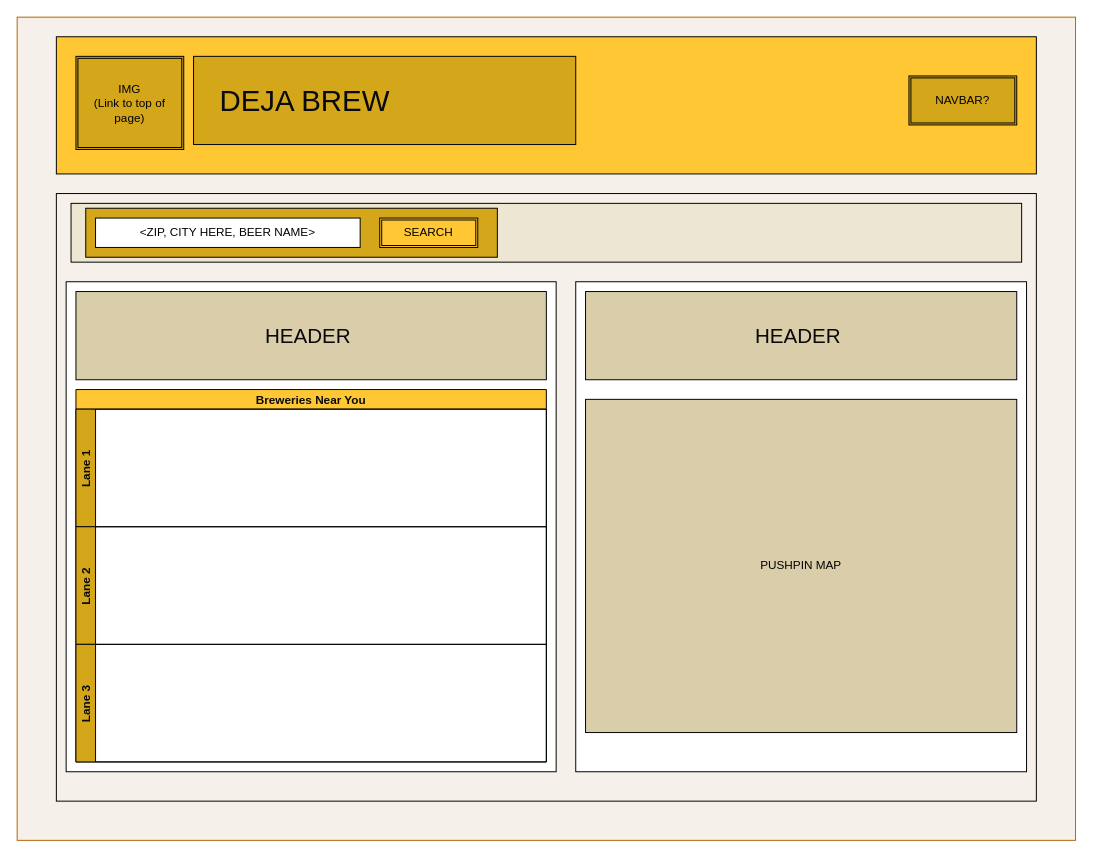
The draw.io diagram assets/images/wireframe.drawio in lonewolfco/deja-brew, before the edit. Source tidied: cells renumbered, new cells numbered last; positions are measured from the earlier drawing's top-left corner, leaving out a move shared by most shapes. Both pictures are drawn from the tidied source at 98%, with x=0, y=0 at pixel (17, 17).
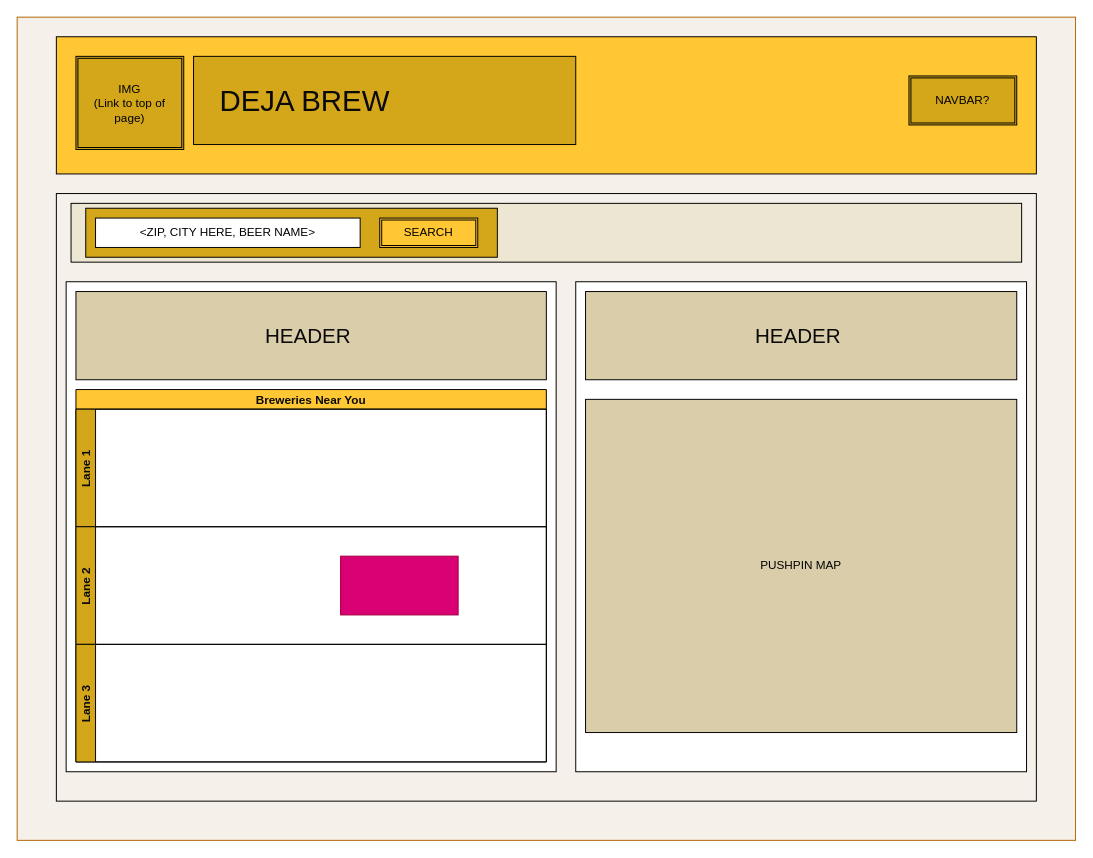
After the change.

The edit, as a diff of the source:
```diff
@@
+    <mxCell id="22" style="rounded=0;whiteSpace=wrap;html=1;fillColor=#d80073;strokeColor=#A50040;fontColor=#ffffff;" parent="1" vertex="1">
+      <mxGeometry x="330" y="550" width="120" height="60" as="geometry" />
+    </mxCell>
```
